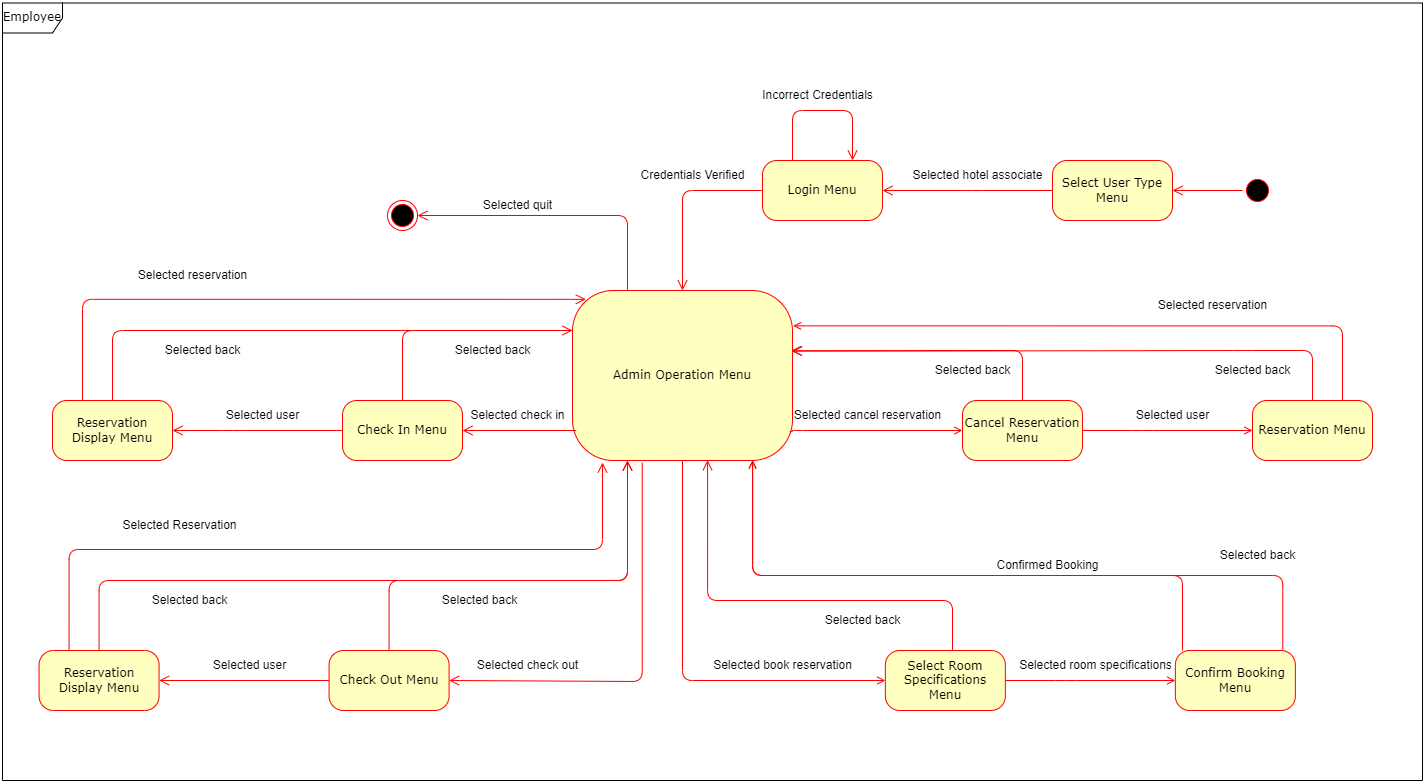
The draw.io diagram Diagrams/StateDiagram/State-Diagram-Hotel-Employee.png in mclhtay/CS4471, before a commit. Source tidied: cells renumbered, new cells last; positions are measured from the earlier drawing's top-left corner, leaving out a move shared by most shapes.
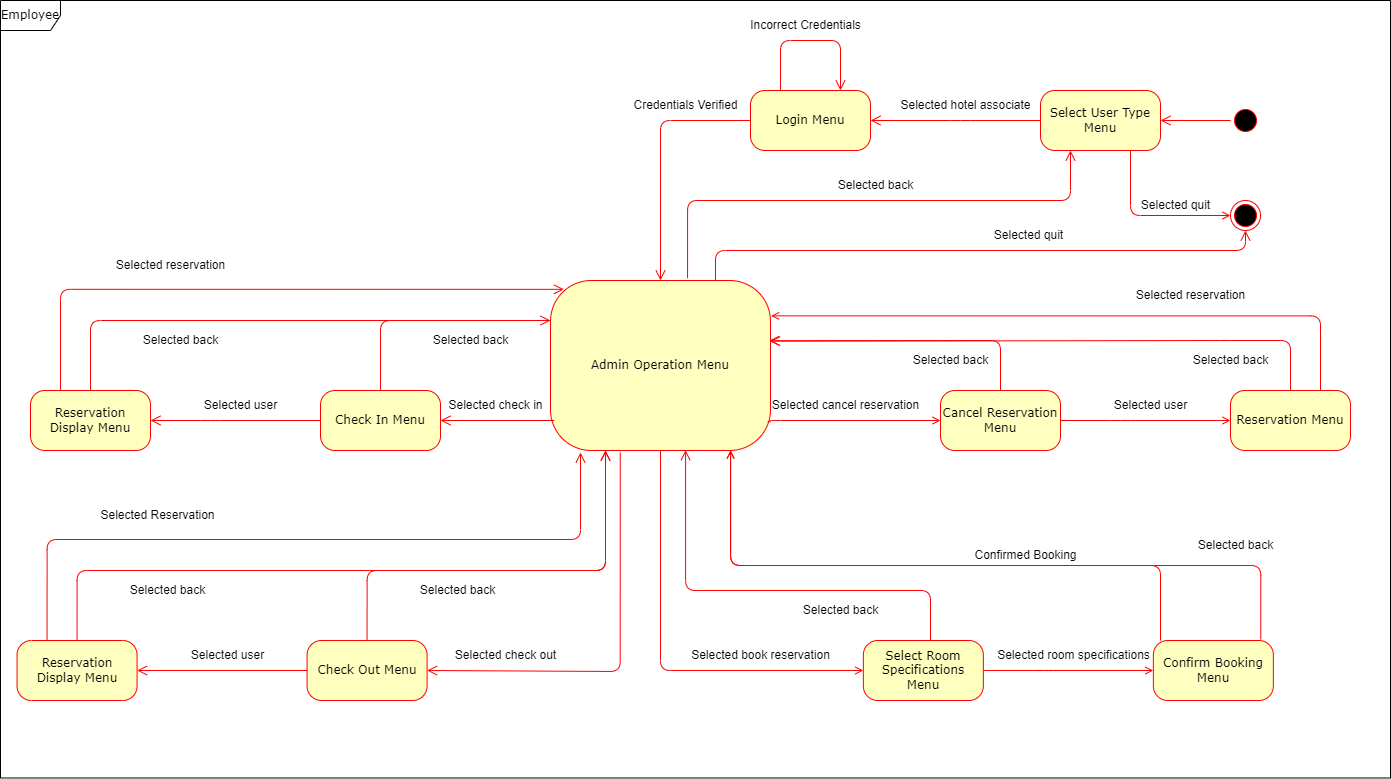
After the commit.

Commit message:
updated diagrams to reflect new changes

Change to the diagram source:
```diff
@@ -3,16 +3,16 @@
     <mxCell id="0" />
     <mxCell id="1" parent="0" />
     <mxCell id="2" style="ellipse;html=1;shape=startState;fillColor=#000000;strokeColor=#ff0000;rounded=1;shadow=0;comic=0;labelBackgroundColor=none;fontFamily=Verdana;fontSize=12;fontColor=#000000;align=center;direction=south;" parent="1" vertex="1">
-      <mxGeometry x="1240" y="173" width="30" height="30" as="geometry" />
+      <mxGeometry x="1250" y="113" width="30" height="30" as="geometry" />
     </mxCell>
     <mxCell id="3" value="Admin Operation Menu" style="rounded=1;whiteSpace=wrap;html=1;arcSize=24;fillColor=#ffffc0;strokeColor=#ff0000;shadow=0;comic=0;labelBackgroundColor=none;fontFamily=Verdana;fontSize=12;fontColor=#000000;align=center;" parent="1" vertex="1">
       <mxGeometry x="570" y="288" width="220" height="170" as="geometry" />
     </mxCell>
     <mxCell id="4" value="Select User Type Menu" style="rounded=1;whiteSpace=wrap;html=1;arcSize=24;fillColor=#ffffc0;strokeColor=#ff0000;shadow=0;comic=0;labelBackgroundColor=none;fontFamily=Verdana;fontSize=12;fontColor=#000000;align=center;" parent="1" vertex="1">
-      <mxGeometry x="1050" y="158" width="120" height="60" as="geometry" />
+      <mxGeometry x="1060" y="98" width="120" height="60" as="geometry" />
     </mxCell>
     <mxCell id="5" value="Employee" style="shape=umlFrame;whiteSpace=wrap;html=1;rounded=1;shadow=0;comic=0;labelBackgroundColor=none;strokeWidth=1;fontFamily=Verdana;fontSize=12;align=center;" parent="1" vertex="1">
-      <mxGeometry y="0.5" width="1420" height="777.5" as="geometry" />
+      <mxGeometry x="20" y="8" width="1390" height="777.5" as="geometry" />
     </mxCell>
     <mxCell id="6" style="edgeStyle=orthogonalEdgeStyle;html=1;labelBackgroundColor=none;endArrow=open;endSize=8;strokeColor=#ff0000;fontFamily=Verdana;fontSize=12;align=left;" parent="1" edge="1" source="2" target="4">
       <mxGeometry relative="1" as="geometry" />
@@ -20,36 +20,36 @@
     <mxCell id="7" style="edgeStyle=orthogonalEdgeStyle;html=1;labelBackgroundColor=none;endArrow=open;endSize=8;strokeColor=#ff0000;fontFamily=Verdana;fontSize=12;align=left;exitX=0;exitY=0.5;exitDx=0;exitDy=0;entryX=1;entryY=0.5;entryDx=0;entryDy=0;" parent="1" edge="1" source="4" target="11">
       <mxGeometry relative="1" as="geometry">
         <Array as="points">
-          <mxPoint x="970" y="188" />
-          <mxPoint x="970" y="188" />
+          <mxPoint x="980" y="128" />
+          <mxPoint x="980" y="128" />
         </Array>
       </mxGeometry>
     </mxCell>
     <mxCell id="8" value="Selected hotel associate" style="text;html=1;align=center;verticalAlign=middle;strokeColor=none;fillColor=none;" parent="1" vertex="1">
-      <mxGeometry x="900" y="158" width="150" height="30" as="geometry" />
+      <mxGeometry x="910" y="98" width="150" height="30" as="geometry" />
     </mxCell>
     <mxCell id="9" value="Selected book reservation" style="text;html=1;align=center;verticalAlign=middle;strokeColor=none;fillColor=none;" parent="1" vertex="1">
       <mxGeometry x="700" y="648" width="160" height="30" as="geometry" />
     </mxCell>
     <mxCell id="10" value="Selected quit" style="text;html=1;align=center;verticalAlign=middle;strokeColor=none;fillColor=none;" parent="1" vertex="1">
-      <mxGeometry x="470" y="188" width="90" height="30" as="geometry" />
+      <mxGeometry x="1002.9" y="228" width="90" height="30" as="geometry" />
     </mxCell>
     <mxCell id="11" value="Login Menu" style="rounded=1;whiteSpace=wrap;html=1;arcSize=24;fillColor=#ffffc0;strokeColor=#ff0000;shadow=0;comic=0;labelBackgroundColor=none;fontFamily=Verdana;fontSize=12;fontColor=#000000;align=center;" parent="1" vertex="1">
-      <mxGeometry x="760" y="158" width="120" height="60" as="geometry" />
+      <mxGeometry x="770" y="98" width="120" height="60" as="geometry" />
     </mxCell>
     <mxCell id="12" value="Credentials Verified" style="text;html=1;align=center;verticalAlign=middle;strokeColor=none;fillColor=none;" parent="1" vertex="1">
-      <mxGeometry x="625" y="158" width="130" height="30" as="geometry" />
+      <mxGeometry x="640" y="98" width="130" height="30" as="geometry" />
     </mxCell>
     <mxCell id="13" style="edgeStyle=orthogonalEdgeStyle;html=1;labelBackgroundColor=none;endArrow=open;endSize=8;strokeColor=#ff0000;fontFamily=Verdana;fontSize=12;align=left;exitX=0.25;exitY=0;exitDx=0;exitDy=0;entryX=0.75;entryY=0;entryDx=0;entryDy=0;" parent="1" edge="1" source="11" target="11">
       <mxGeometry relative="1" as="geometry">
         <Array as="points">
-          <mxPoint x="790" y="108" />
-          <mxPoint x="850" y="108" />
+          <mxPoint x="800" y="48" />
+          <mxPoint x="860" y="48" />
         </Array>
       </mxGeometry>
     </mxCell>
     <mxCell id="14" value="Incorrect Credentials" style="text;html=1;align=center;verticalAlign=middle;strokeColor=none;fillColor=none;" parent="1" vertex="1">
-      <mxGeometry x="750" y="78" width="130" height="30" as="geometry" />
+      <mxGeometry x="760" y="18" width="130" height="30" as="geometry" />
     </mxCell>
     <mxCell id="15" value="Check In Menu" style="rounded=1;whiteSpace=wrap;html=1;arcSize=24;fillColor=#ffffc0;strokeColor=#ff0000;shadow=0;comic=0;labelBackgroundColor=none;fontFamily=Verdana;fontSize=12;fontColor=#000000;align=center;" parent="1" vertex="1">
       <mxGeometry x="340" y="398" width="120" height="60" as="geometry" />
@@ -64,10 +64,11 @@
     <mxCell id="17" value="Selected check in" style="text;html=1;align=center;verticalAlign=middle;strokeColor=none;fillColor=none;" parent="1" vertex="1">
       <mxGeometry x="455" y="398" width="120" height="30" as="geometry" />
     </mxCell>
-    <mxCell id="18" style="edgeStyle=orthogonalEdgeStyle;html=1;labelBackgroundColor=none;endArrow=open;endSize=8;strokeColor=#ff0000;fontFamily=Verdana;fontSize=12;align=left;exitX=0.25;exitY=0;exitDx=0;exitDy=0;entryX=1;entryY=0.5;entryDx=0;entryDy=0;" parent="1" edge="1" source="3" target="64">
+    <mxCell id="18" style="edgeStyle=orthogonalEdgeStyle;html=1;labelBackgroundColor=none;endArrow=open;endSize=8;strokeColor=#ff0000;fontFamily=Verdana;fontSize=12;align=left;exitX=0.75;exitY=0;exitDx=0;exitDy=0;entryX=0.5;entryY=1;entryDx=0;entryDy=0;" parent="1" edge="1" source="3" target="64">
       <mxGeometry relative="1" as="geometry">
         <Array as="points">
-          <mxPoint x="625" y="213" />
+          <mxPoint x="735" y="258" />
+          <mxPoint x="1265" y="258" />
         </Array>
       </mxGeometry>
     </mxCell>
@@ -308,7 +309,28 @@
       <mxGeometry x="1205" y="538" width="100" height="30" as="geometry" />
     </mxCell>
     <mxCell id="64" style="ellipse;html=1;shape=endState;fillColor=#000000;strokeColor=#ff0000;rounded=1;shadow=0;comic=0;labelBackgroundColor=none;fontFamily=Verdana;fontSize=12;fontColor=#000000;align=center;" parent="1" vertex="1">
-      <mxGeometry x="385" y="198" width="30" height="30" as="geometry" />
+      <mxGeometry x="1250" y="208" width="30" height="30" as="geometry" />
     </mxCell>
+    <mxCell id="65" style="edgeStyle=orthogonalEdgeStyle;html=1;labelBackgroundColor=none;endArrow=none;endSize=8;strokeColor=#ff0000;fontFamily=Verdana;fontSize=12;align=left;exitX=0;exitY=0.5;exitDx=0;exitDy=0;startArrow=open;startFill=0;endFill=0;entryX=0.75;entryY=1;entryDx=0;entryDy=0;" parent="1" edge="1" source="64" target="4">
+      <mxGeometry relative="1" as="geometry">
+        <Array as="points">
+          <mxPoint x="1150" y="223" />
+        </Array>
+      </mxGeometry>
+    </mxCell>
+    <mxCell id="66" value="Selected quit" style="text;html=1;align=center;verticalAlign=middle;strokeColor=none;fillColor=none;" parent="1" vertex="1">
+      <mxGeometry x="1150" y="198" width="90" height="30" as="geometry" />
+    </mxCell>
+    <mxCell id="67" style="edgeStyle=orthogonalEdgeStyle;html=1;labelBackgroundColor=none;endArrow=open;endSize=8;strokeColor=#ff0000;fontFamily=Verdana;fontSize=12;align=left;exitX=0.623;exitY=-0.013;exitDx=0;exitDy=0;entryX=0.25;entryY=1;entryDx=0;entryDy=0;exitPerimeter=0;" parent="1" edge="1" source="3" target="4">
+      <mxGeometry relative="1" as="geometry">
+        <Array as="points">
+          <mxPoint x="707" y="208" />
+          <mxPoint x="1090" y="208" />
+        </Array>
+      </mxGeometry>
+    </mxCell>
+    <mxCell id="68" value="Selected back" style="text;html=1;align=center;verticalAlign=middle;strokeColor=none;fillColor=none;" parent="1" vertex="1">
+      <mxGeometry x="845" y="178" width="100" height="30" as="geometry" />
+    </mxCell>
   </root>
 </mxGraphModel>
```
